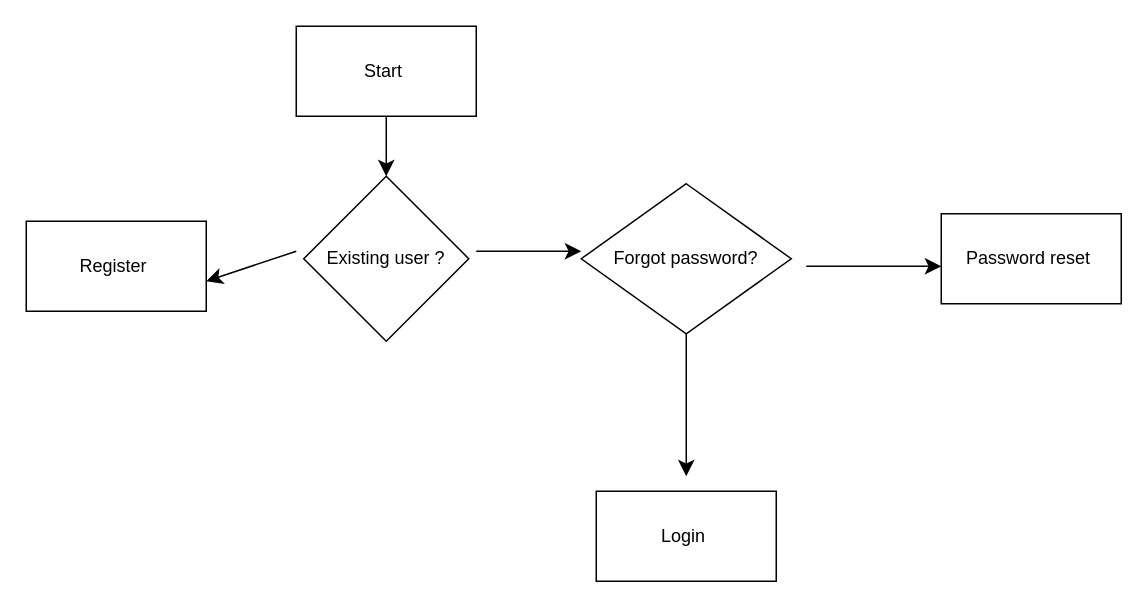
This is page "Registration" (2 of 2) of Untitled Diagram.drawio from Slozzyondul/dog_food, a draw.io file, before an edit. Source tidied: cells renumbered, new cells numbered last; positions are measured from the earlier drawing's top-left corner, leaving out a move shared by most shapes. Both pictures are drawn from the tidied source at 150%, with x=0, y=0 at pixel (26, 26).
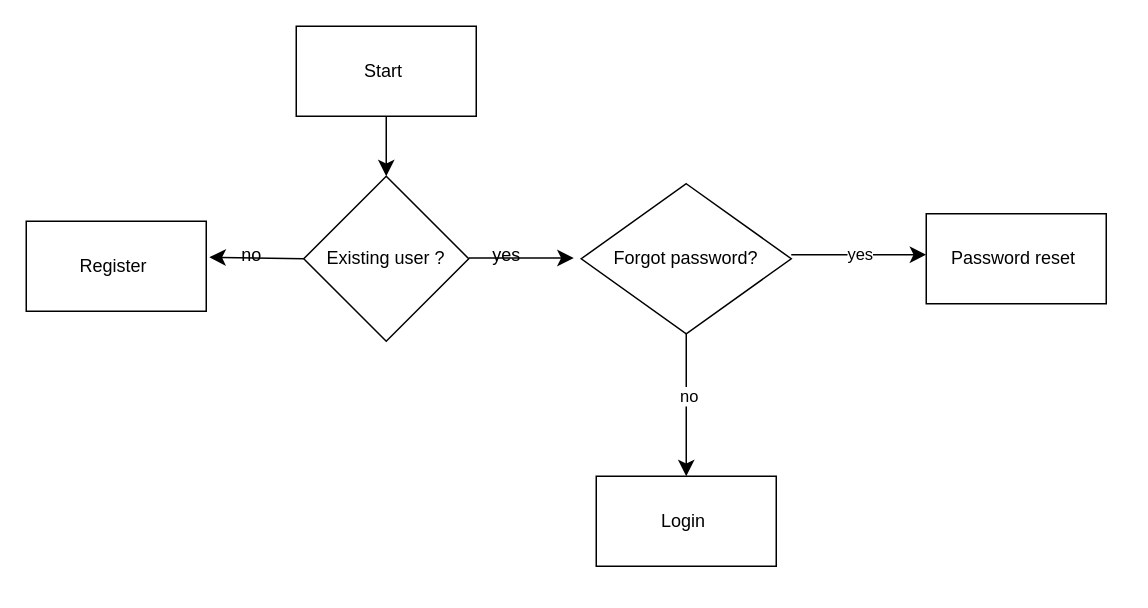
The same diagram, later.

The change refers to these unchanged cells:
```xml
<mxCell id="5" value="Existing user ?" style="rhombus;whiteSpace=wrap;html=1;" parent="1" vertex="1">
  <mxGeometry x="185" y="100" width="110" height="110" as="geometry" />
</mxCell>
<mxCell id="8" value="Register&amp;nbsp;" style="whiteSpace=wrap;html=1;" parent="1" vertex="1">
  <mxGeometry y="130" width="120" height="60" as="geometry" />
</mxCell>
<mxCell id="12" style="edgeStyle=none;jettySize=auto;html=1;rounded=0;fontSize=12;startSize=8;endSize=8;curved=1;exitX=0.5;exitY=1;exitDx=0;exitDy=0;" parent="1" edge="1" source="9">
  <mxGeometry relative="1" as="geometry">
    <mxPoint x="440" y="300" as="targetPoint" />
  </mxGeometry>
</mxCell>
```

Change to the diagram source:
```diff
@@
     <mxCell id="6" style="edgeStyle=none;orthogonalLoop=1;jettySize=auto;html=1;rounded=0;fontSize=12;startSize=8;endSize=8;curved=1;" parent="1" edge="1">
       <mxGeometry relative="1" as="geometry">
-        <mxPoint x="300" y="150" as="sourcePoint" />
-        <mxPoint x="370" y="150" as="targetPoint" />
+        <mxPoint x="295" y="154.5" as="sourcePoint" />
+        <mxPoint x="365" y="154.5" as="targetPoint" />
       </mxGeometry>
     </mxCell>
-    <mxCell id="7" style="edgeStyle=none;orthogonalLoop=1;jettySize=auto;html=1;rounded=0;fontSize=12;startSize=8;endSize=8;curved=1;" parent="1" edge="1">
-      <mxGeometry relative="1" as="geometry">
-        <mxPoint x="180" y="150" as="sourcePoint" />
-        <mxPoint x="120" y="170" as="targetPoint" />
-      </mxGeometry>
+    <mxCell id="7" style="edgeStyle=none;jettySize=auto;html=1;rounded=0;fontSize=12;startSize=8;endSize=8;curved=1;exitX=0;exitY=0.5;exitDx=0;exitDy=0;entryX=1.017;entryY=0.4;entryDx=0;entryDy=0;entryPerimeter=0;" parent="1" edge="1" source="5" target="8">
+      <mxGeometry relative="1" as="geometry" />
     </mxCell>
@@
     <mxCell id="10" style="edgeStyle=none;orthogonalLoop=1;jettySize=auto;html=1;rounded=0;fontSize=12;startSize=8;endSize=8;curved=1;" parent="1" edge="1">
       <mxGeometry relative="1" as="geometry">
-        <mxPoint x="520" y="160" as="sourcePoint" />
-        <mxPoint x="610" y="160" as="targetPoint" />
+        <mxPoint x="510" y="152.3" as="sourcePoint" />
+        <mxPoint x="600" y="152.3" as="targetPoint" />
       </mxGeometry>
     </mxCell>
+    <mxCell id="14" value="yes" style="edgeLabel;html=1;align=center;verticalAlign=middle;" parent="10" vertex="1">
+      <mxGeometry x="0.01" y="1" relative="1" as="geometry" />
+    </mxCell>
     <mxCell id="11" value="Password reset&amp;nbsp;" style="whiteSpace=wrap;html=1;" parent="1" vertex="1">
-      <mxGeometry x="610" y="125" width="120" height="60" as="geometry" />
+      <mxGeometry x="600" y="125" width="120" height="60" as="geometry" />
     </mxCell>
@@
+    <mxCell id="15" value="no" style="edgeLabel;html=1;align=center;verticalAlign=middle;" parent="12" vertex="1">
+      <mxGeometry x="-0.11" y="1" relative="1" as="geometry">
+        <mxPoint y="-1" as="offset" />
+      </mxGeometry>
+    </mxCell>
     <mxCell id="13" value="Login&amp;nbsp;" style="whiteSpace=wrap;html=1;" parent="1" vertex="1">
-      <mxGeometry x="380" y="310" width="120" height="60" as="geometry" />
+      <mxGeometry x="380" y="300" width="120" height="60" as="geometry" />
     </mxCell>
+    <mxCell id="16" value="yes" style="text;html=1;align=center;verticalAlign=middle;strokeColor=none;fillColor=none;" parent="1" vertex="1">
+      <mxGeometry x="300" y="138" width="40" height="30" as="geometry" />
+    </mxCell>
+    <mxCell id="17" value="no" style="text;html=1;align=center;verticalAlign=middle;strokeColor=none;fillColor=none;" parent="1" vertex="1">
+      <mxGeometry x="130" y="138" width="40" height="30" as="geometry" />
+    </mxCell>
```
